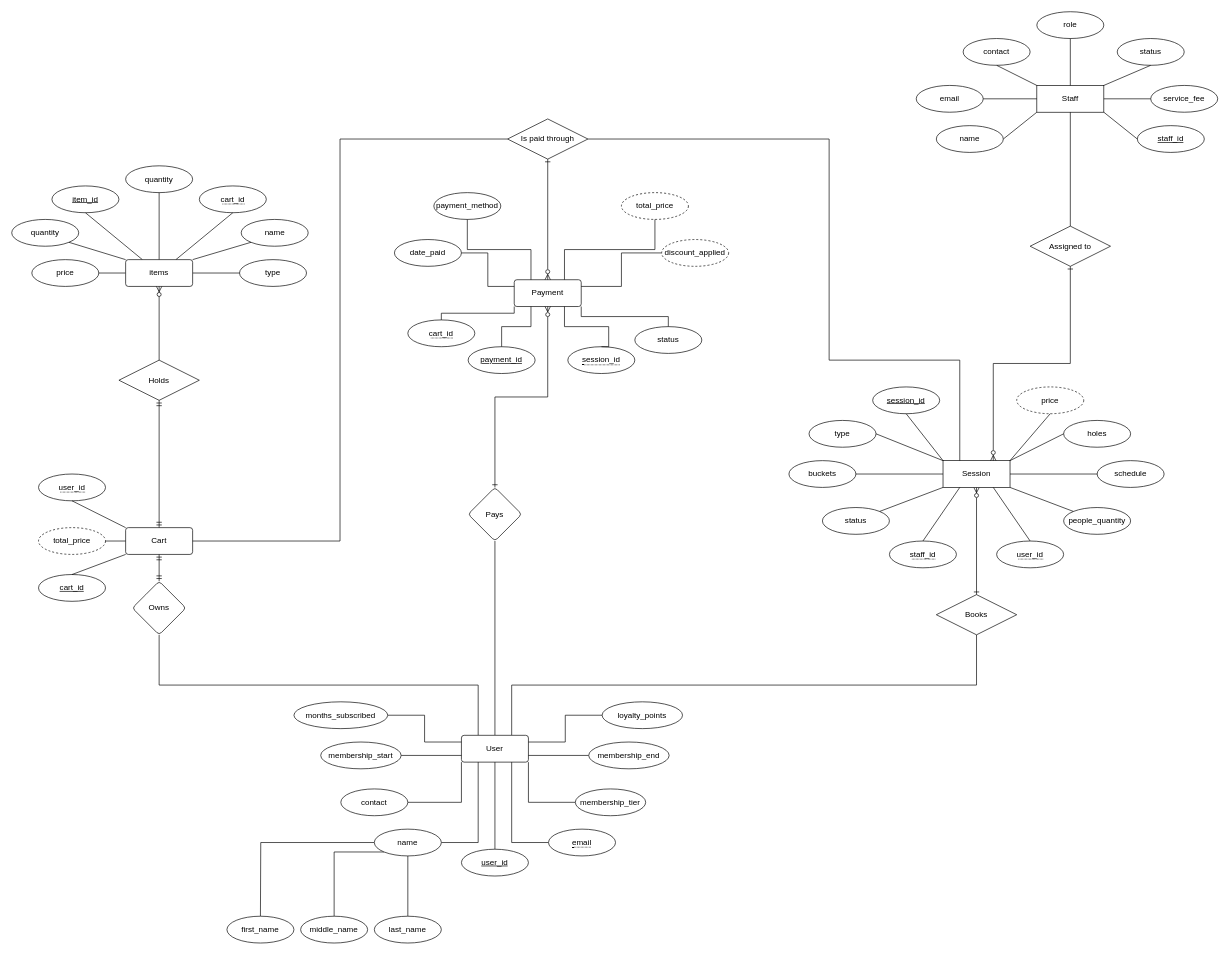
johnllss/INFOM_DB-App_Gr3 keeps this draw.io diagram as golf-chen-notation.drawio. Above is the earlier version. Source tidied: cells renumbered, new cells numbered last; positions are measured from the earlier drawing's top-left corner, leaving out a move shared by most shapes. Both pictures are drawn from the tidied source at 67%, with x=0, y=0 at pixel (11, 11).
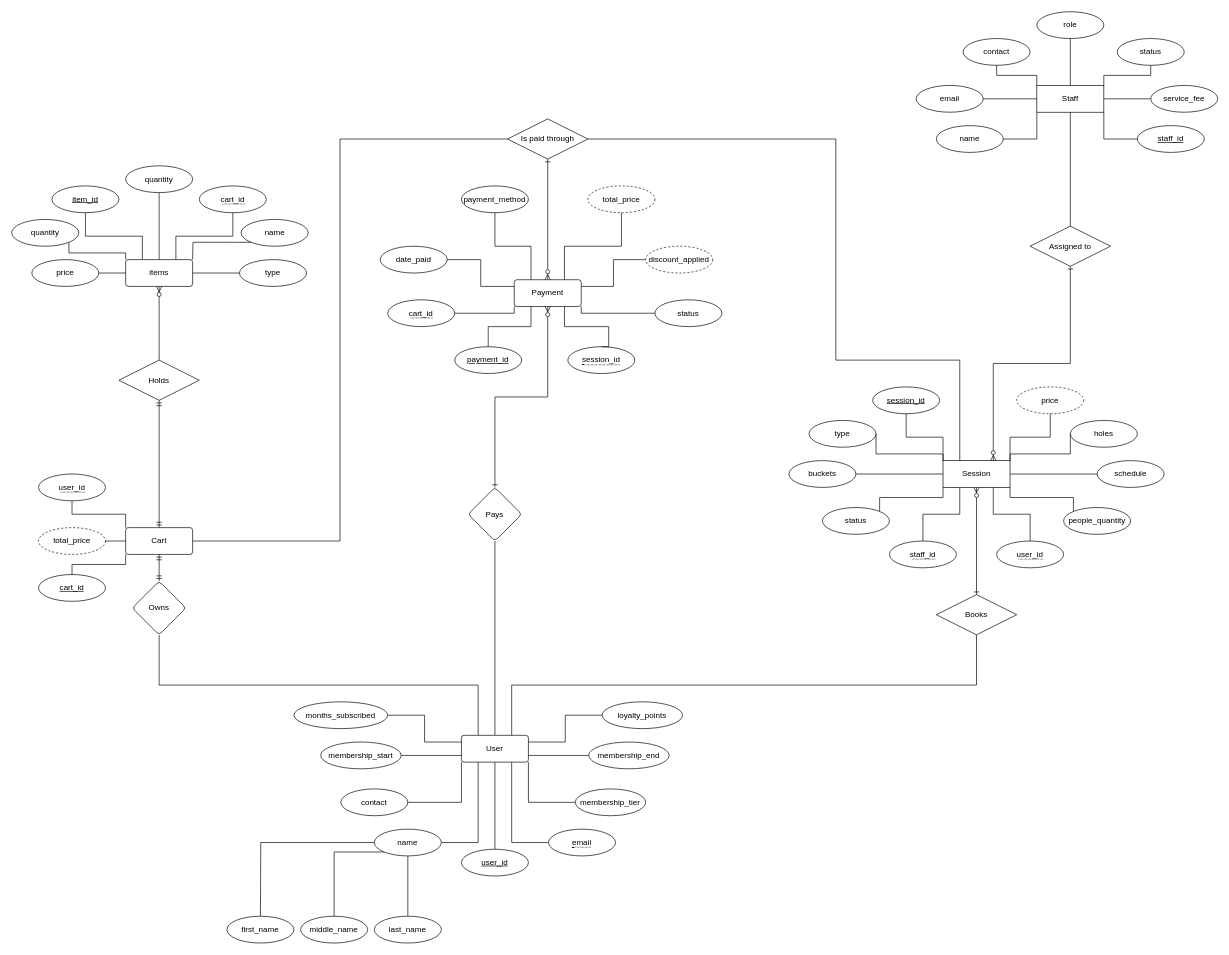
Above is the later version.

The change refers to these unchanged cells:
```xml
<mxCell id="32" value="type" style="ellipse;whiteSpace=wrap;html=1;align=center;" parent="1" vertex="1">
<mxCell id="33" value="status" style="ellipse;whiteSpace=wrap;html=1;align=center;" parent="1" vertex="1">
<mxCell id="34" value="Session" style="whiteSpace=wrap;html=1;align=center;" parent="1" vertex="1">
<mxCell id="36" value="schedule" style="ellipse;whiteSpace=wrap;html=1;align=center;" parent="1" vertex="1">
<mxCell id="37" value="price" style="ellipse;whiteSpace=wrap;html=1;align=center;dashed=1;" parent="1" vertex="1">
<mxCell id="39" value="people_quantity" style="ellipse;whiteSpace=wrap;html=1;align=center;" parent="1" vertex="1">
<mxCell id="40" value="&lt;span style=&quot;border-bottom: 1px dotted&quot;&gt;user_id&lt;/span&gt;" style="ellipse;whiteSpace=wrap;html=1;align=center;" parent="1" vertex="1">
<mxCell id="41" value="&lt;span style=&quot;border-bottom: 1px dotted&quot;&gt;staff_id&lt;/span&gt;" style="ellipse;whiteSpace=wrap;html=1;align=center;" parent="1" vertex="1">
<mxCell id="42" value="&lt;u&gt;session_id&lt;/u&gt;" style="ellipse;whiteSpace=wrap;html=1;align=center;" parent="1" vertex="1">
<mxCell id="43" value="buckets" style="ellipse;whiteSpace=wrap;html=1;align=center;" parent="1" vertex="1">
<mxCell id="54" value="Cart" style="rounded=1;arcSize=10;whiteSpace=wrap;html=1;align=center;" parent="1" vertex="1">
<mxCell id="55" value="item_id" style="ellipse;whiteSpace=wrap;html=1;align=center;fontStyle=4;" parent="1" vertex="1">
<mxCell id="57" value="name" style="ellipse;whiteSpace=wrap;html=1;align=center;" parent="1" vertex="1">
<mxCell id="58" value="type" style="ellipse;whiteSpace=wrap;html=1;align=center;" parent="1" vertex="1">
<mxCell id="59" value="quantity" style="ellipse;whiteSpace=wrap;html=1;align=center;" parent="1" vertex="1">
<mxCell id="60" value="quantity" style="ellipse;whiteSpace=wrap;html=1;align=center;" parent="1" vertex="1">
<mxCell id="61" value="price" style="ellipse;whiteSpace=wrap;html=1;align=center;" parent="1" vertex="1">
<mxCell id="62" value="&lt;span style=&quot;border-bottom: 1px dotted&quot;&gt;cart_id&lt;/span&gt;" style="ellipse;whiteSpace=wrap;html=1;align=center;" parent="1" vertex="1">
<mxCell id="69" value="cart_id" style="ellipse;whiteSpace=wrap;html=1;align=center;fontStyle=4;" parent="1" vertex="1">
<mxCell id="71" value="&lt;span style=&quot;border-bottom: 1px dotted&quot;&gt;user_id&lt;/span&gt;" style="ellipse;whiteSpace=wrap;html=1;align=center;" parent="1" vertex="1">
<mxCell id="75" value="items" style="rounded=1;arcSize=10;whiteSpace=wrap;html=1;align=center;" parent="1" vertex="1">
<mxCell id="81" value="Staff" style="whiteSpace=wrap;html=1;align=center;" parent="1" vertex="1">
<mxCell id="85" value="&lt;u&gt;staff_id&lt;/u&gt;" style="ellipse;whiteSpace=wrap;html=1;align=center;" parent="1" vertex="1">
<mxCell id="86" value="name" style="ellipse;whiteSpace=wrap;html=1;align=center;" parent="1" vertex="1">
<mxCell id="87" value="email" style="ellipse;whiteSpace=wrap;html=1;align=center;" parent="1" vertex="1">
<mxCell id="88" value="contact" style="ellipse;whiteSpace=wrap;html=1;align=center;" parent="1" vertex="1">
<mxCell id="89" value="role" style="ellipse;whiteSpace=wrap;html=1;align=center;" parent="1" vertex="1">
<mxCell id="90" value="status" style="ellipse;whiteSpace=wrap;html=1;align=center;" parent="1" vertex="1">
<mxCell id="91" value="service_fee" style="ellipse;whiteSpace=wrap;html=1;align=center;" parent="1" vertex="1">
<mxCell id="97" value="Payment" style="rounded=1;arcSize=10;whiteSpace=wrap;html=1;align=center;" parent="1" vertex="1">
<mxCell id="120" value="Is paid through" style="shape=rhombus;perimeter=rhombusPerimeter;whiteSpace=wrap;html=1;align=center;" parent="1" vertex="1">
```

Change to the diagram source:
```diff
@@
     <mxCell id="35" value="holes" style="ellipse;whiteSpace=wrap;html=1;align=center;" parent="1" vertex="1">
-      <mxGeometry x="1570" y="610" width="100" height="40" as="geometry" />
+      <mxGeometry x="1580" y="610" width="100" height="40" as="geometry" />
     </mxCell>
@@
-    <mxCell id="44" style="endArrow=none;html=1;rounded=0;exitX=1;exitY=0;exitDx=0;exitDy=0;entryX=0.5;entryY=1;entryDx=0;entryDy=0;" parent="1" edge="1" source="34" target="37">
+    <mxCell id="44" style="endArrow=none;html=1;rounded=0;exitX=1;exitY=0;exitDx=0;exitDy=0;entryX=0.5;entryY=1;entryDx=0;entryDy=0;edgeStyle=orthogonalEdgeStyle;" parent="1" edge="1" source="34" target="37">
       <mxGeometry relative="1" as="geometry" />
     </mxCell>
-    <mxCell id="45" style="endArrow=none;html=1;rounded=0;exitX=1;exitY=0;exitDx=0;exitDy=0;entryX=0;entryY=0.5;entryDx=0;entryDy=0;" parent="1" edge="1" source="34" target="35">
-      <mxGeometry relative="1" as="geometry" />
+    <mxCell id="45" style="endArrow=none;html=1;rounded=0;exitX=1;exitY=0;exitDx=0;exitDy=0;entryX=0;entryY=0.5;entryDx=0;entryDy=0;edgeStyle=orthogonalEdgeStyle;" parent="1" edge="1" source="34" target="35">
+      <mxGeometry relative="1" as="geometry">
+        <Array as="points">
+          <mxPoint x="1490" y="660" />
+          <mxPoint x="1580" y="660" />
+        </Array>
+      </mxGeometry>
     </mxCell>
-    <mxCell id="46" style="endArrow=none;html=1;rounded=0;exitX=1;exitY=0.5;exitDx=0;exitDy=0;entryX=0;entryY=0.5;entryDx=0;entryDy=0;" parent="1" edge="1" source="34" target="36">
+    <mxCell id="46" style="endArrow=none;html=1;rounded=0;exitX=1;exitY=0.5;exitDx=0;exitDy=0;entryX=0;entryY=0.5;entryDx=0;entryDy=0;edgeStyle=orthogonalEdgeStyle;" parent="1" edge="1" source="34" target="36">
       <mxGeometry relative="1" as="geometry" />
     </mxCell>
-    <mxCell id="47" style="endArrow=none;html=1;rounded=0;exitX=1;exitY=1;exitDx=0;exitDy=0;entryX=0;entryY=0;entryDx=0;entryDy=0;" parent="1" edge="1" source="34" target="39">
+    <mxCell id="47" style="endArrow=none;html=1;rounded=0;exitX=1;exitY=1;exitDx=0;exitDy=0;entryX=0;entryY=0;entryDx=0;entryDy=0;edgeStyle=orthogonalEdgeStyle;" parent="1" edge="1" source="34" target="39">
       <mxGeometry relative="1" as="geometry" />
     </mxCell>
-    <mxCell id="48" style="endArrow=none;html=1;rounded=0;exitX=0.75;exitY=1;exitDx=0;exitDy=0;entryX=0.5;entryY=0;entryDx=0;entryDy=0;" parent="1" edge="1" source="34" target="40">
+    <mxCell id="48" style="endArrow=none;html=1;rounded=0;exitX=0.75;exitY=1;exitDx=0;exitDy=0;entryX=0.5;entryY=0;entryDx=0;entryDy=0;edgeStyle=orthogonalEdgeStyle;" parent="1" edge="1" source="34" target="40">
       <mxGeometry relative="1" as="geometry" />
     </mxCell>
-    <mxCell id="49" style="endArrow=none;html=1;rounded=0;exitX=0.25;exitY=1;exitDx=0;exitDy=0;entryX=0.5;entryY=0;entryDx=0;entryDy=0;" parent="1" edge="1" source="34" target="41">
+    <mxCell id="49" style="endArrow=none;html=1;rounded=0;exitX=0.25;exitY=1;exitDx=0;exitDy=0;entryX=0.5;entryY=0;entryDx=0;entryDy=0;edgeStyle=orthogonalEdgeStyle;" parent="1" edge="1" source="34" target="41">
       <mxGeometry relative="1" as="geometry" />
     </mxCell>
-    <mxCell id="50" style="endArrow=none;html=1;rounded=0;exitX=0;exitY=1;exitDx=0;exitDy=0;entryX=1;entryY=0;entryDx=0;entryDy=0;" parent="1" edge="1" source="34" target="33">
+    <mxCell id="50" style="endArrow=none;html=1;rounded=0;exitX=0;exitY=1;exitDx=0;exitDy=0;entryX=1;entryY=0;entryDx=0;entryDy=0;edgeStyle=orthogonalEdgeStyle;" parent="1" edge="1" source="34" target="33">
       <mxGeometry relative="1" as="geometry" />
     </mxCell>
-    <mxCell id="51" style="endArrow=none;html=1;rounded=0;exitX=0;exitY=0.5;exitDx=0;exitDy=0;entryX=1;entryY=0.5;entryDx=0;entryDy=0;" parent="1" edge="1" source="34" target="43">
+    <mxCell id="51" style="endArrow=none;html=1;rounded=0;exitX=0;exitY=0.5;exitDx=0;exitDy=0;entryX=1;entryY=0.5;entryDx=0;entryDy=0;edgeStyle=orthogonalEdgeStyle;" parent="1" edge="1" source="34" target="43">
       <mxGeometry relative="1" as="geometry" />
     </mxCell>
-    <mxCell id="52" style="endArrow=none;html=1;rounded=0;exitX=0;exitY=0;exitDx=0;exitDy=0;entryX=1;entryY=0.5;entryDx=0;entryDy=0;" parent="1" edge="1" source="34" target="32">
-      <mxGeometry relative="1" as="geometry" />
+    <mxCell id="52" style="endArrow=none;html=1;rounded=0;exitX=0;exitY=0;exitDx=0;exitDy=0;entryX=1;entryY=0.5;entryDx=0;entryDy=0;edgeStyle=orthogonalEdgeStyle;" parent="1" edge="1" source="34" target="32">
+      <mxGeometry relative="1" as="geometry">
+        <Array as="points">
+          <mxPoint x="1390" y="660" />
+          <mxPoint x="1290" y="660" />
+        </Array>
+      </mxGeometry>
     </mxCell>
-    <mxCell id="53" style="endArrow=none;html=1;rounded=0;exitX=0;exitY=0;exitDx=0;exitDy=0;entryX=0.5;entryY=1;entryDx=0;entryDy=0;" parent="1" edge="1" source="34" target="42">
+    <mxCell id="53" style="endArrow=none;html=1;rounded=0;exitX=0;exitY=0;exitDx=0;exitDy=0;entryX=0.5;entryY=1;entryDx=0;entryDy=0;edgeStyle=orthogonalEdgeStyle;" parent="1" edge="1" source="34" target="42">
       <mxGeometry relative="1" as="geometry" />
     </mxCell>
@@
-    <mxCell id="56" style="endArrow=none;html=1;rounded=0;entryX=0.25;entryY=0;entryDx=0;entryDy=0;exitX=0.5;exitY=1;exitDx=0;exitDy=0;" parent="1" edge="1" source="55" target="75">
+    <mxCell id="56" style="endArrow=none;html=1;rounded=0;entryX=0.25;entryY=0;entryDx=0;entryDy=0;exitX=0.5;exitY=1;exitDx=0;exitDy=0;edgeStyle=orthogonalEdgeStyle;" parent="1" edge="1" source="55" target="75">
       <mxGeometry relative="1" as="geometry" />
     </mxCell>
@@
-    <mxCell id="63" style="endArrow=none;html=1;rounded=0;exitX=0;exitY=1;exitDx=0;exitDy=0;entryX=1;entryY=0;entryDx=0;entryDy=0;" parent="1" edge="1" source="57">
+    <mxCell id="63" style="endArrow=none;html=1;rounded=0;exitX=0;exitY=1;exitDx=0;exitDy=0;entryX=1;entryY=0;entryDx=0;entryDy=0;edgeStyle=orthogonalEdgeStyle;" parent="1" edge="1" source="57">
       <mxGeometry relative="1" as="geometry">
         <mxPoint x="270" y="370" as="targetPoint" />
       </mxGeometry>
     </mxCell>
-    <mxCell id="64" style="endArrow=none;html=1;rounded=0;exitX=0;exitY=0.5;exitDx=0;exitDy=0;entryX=1;entryY=0.5;entryDx=0;entryDy=0;" parent="1" edge="1" source="58">
+    <mxCell id="64" style="endArrow=none;html=1;rounded=0;exitX=0;exitY=0.5;exitDx=0;exitDy=0;entryX=1;entryY=0.5;entryDx=0;entryDy=0;edgeStyle=orthogonalEdgeStyle;" parent="1" edge="1" source="58">
       <mxGeometry relative="1" as="geometry">
         <mxPoint x="270" y="390" as="targetPoint" />
       </mxGeometry>
     </mxCell>
-    <mxCell id="65" style="endArrow=none;html=1;rounded=0;exitX=0.5;exitY=1;exitDx=0;exitDy=0;entryX=0.5;entryY=0;entryDx=0;entryDy=0;" parent="1" edge="1" source="59" target="75">
+    <mxCell id="65" style="endArrow=none;html=1;rounded=0;exitX=0.5;exitY=1;exitDx=0;exitDy=0;entryX=0.5;entryY=0;entryDx=0;entryDy=0;edgeStyle=orthogonalEdgeStyle;" parent="1" edge="1" source="59" target="75">
       <mxGeometry relative="1" as="geometry" />
     </mxCell>
-    <mxCell id="66" style="endArrow=none;html=1;rounded=0;exitX=0;exitY=0;exitDx=0;exitDy=0;entryX=1;entryY=1;entryDx=0;entryDy=0;" parent="1" edge="1" source="75" target="60">
+    <mxCell id="66" style="endArrow=none;html=1;rounded=0;exitX=0;exitY=0;exitDx=0;exitDy=0;entryX=1;entryY=1;entryDx=0;entryDy=0;edgeStyle=orthogonalEdgeStyle;" parent="1" edge="1" source="75" target="60">
       <mxGeometry relative="1" as="geometry" />
     </mxCell>
-    <mxCell id="67" style="endArrow=none;html=1;rounded=0;entryX=1;entryY=0.5;entryDx=0;entryDy=0;exitX=0;exitY=0.5;exitDx=0;exitDy=0;" parent="1" edge="1" source="75" target="61">
+    <mxCell id="67" style="endArrow=none;html=1;rounded=0;entryX=1;entryY=0.5;entryDx=0;entryDy=0;exitX=0;exitY=0.5;exitDx=0;exitDy=0;edgeStyle=orthogonalEdgeStyle;" parent="1" edge="1" source="75" target="61">
       <mxGeometry relative="1" as="geometry" />
     </mxCell>
-    <mxCell id="68" style="endArrow=none;html=1;rounded=0;exitX=0.5;exitY=1;exitDx=0;exitDy=0;entryX=0.75;entryY=0;entryDx=0;entryDy=0;" parent="1" edge="1" source="62" target="75">
+    <mxCell id="68" style="endArrow=none;html=1;rounded=0;exitX=0.5;exitY=1;exitDx=0;exitDy=0;entryX=0.75;entryY=0;entryDx=0;entryDy=0;edgeStyle=orthogonalEdgeStyle;" parent="1" edge="1" source="62" target="75">
       <mxGeometry relative="1" as="geometry" />
     </mxCell>
@@
-    <mxCell id="72" style="endArrow=none;html=1;rounded=0;exitX=0.5;exitY=0;exitDx=0;exitDy=0;entryX=0;entryY=1;entryDx=0;entryDy=0;" parent="1" edge="1" source="69" target="54">
+    <mxCell id="72" style="endArrow=none;html=1;rounded=0;exitX=0.5;exitY=0;exitDx=0;exitDy=0;entryX=0;entryY=1;entryDx=0;entryDy=0;edgeStyle=orthogonalEdgeStyle;" parent="1" edge="1" source="69" target="54">
       <mxGeometry relative="1" as="geometry" />
     </mxCell>
-    <mxCell id="73" style="endArrow=none;html=1;rounded=0;exitX=0.5;exitY=1;exitDx=0;exitDy=0;entryX=0;entryY=0;entryDx=0;entryDy=0;" parent="1" edge="1" source="71" target="54">
+    <mxCell id="73" style="endArrow=none;html=1;rounded=0;exitX=0.5;exitY=1;exitDx=0;exitDy=0;entryX=0;entryY=0;entryDx=0;entryDy=0;edgeStyle=orthogonalEdgeStyle;" parent="1" edge="1" source="71" target="54">
       <mxGeometry relative="1" as="geometry" />
     </mxCell>
@@
-    <mxCell id="83" style="endArrow=none;html=1;rounded=0;exitX=1;exitY=1;exitDx=0;exitDy=0;entryX=0;entryY=0.5;entryDx=0;entryDy=0;" parent="1" edge="1" source="81" target="85">
+    <mxCell id="83" style="endArrow=none;html=1;rounded=0;exitX=1;exitY=1;exitDx=0;exitDy=0;entryX=0;entryY=0.5;entryDx=0;entryDy=0;edgeStyle=orthogonalEdgeStyle;" parent="1" edge="1" source="81" target="85">
       <mxGeometry relative="1" as="geometry" />
     </mxCell>
-    <mxCell id="84" style="endArrow=none;html=1;rounded=0;exitX=0;exitY=1;exitDx=0;exitDy=0;entryX=1;entryY=0.5;entryDx=0;entryDy=0;" parent="1" edge="1" source="81" target="86">
+    <mxCell id="84" style="endArrow=none;html=1;rounded=0;exitX=0;exitY=1;exitDx=0;exitDy=0;entryX=1;entryY=0.5;entryDx=0;entryDy=0;edgeStyle=orthogonalEdgeStyle;" parent="1" edge="1" source="81" target="86">
       <mxGeometry relative="1" as="geometry" />
     </mxCell>
@@
-    <mxCell id="92" style="endArrow=none;html=1;rounded=0;exitX=0;exitY=0.5;exitDx=0;exitDy=0;entryX=1;entryY=0.5;entryDx=0;entryDy=0;" parent="1" edge="1" source="81" target="87">
+    <mxCell id="92" style="endArrow=none;html=1;rounded=0;exitX=0;exitY=0.5;exitDx=0;exitDy=0;entryX=1;entryY=0.5;entryDx=0;entryDy=0;edgeStyle=orthogonalEdgeStyle;" parent="1" edge="1" source="81" target="87">
       <mxGeometry relative="1" as="geometry" />
     </mxCell>
-    <mxCell id="93" style="endArrow=none;html=1;rounded=0;exitX=0;exitY=0;exitDx=0;exitDy=0;entryX=0.5;entryY=1;entryDx=0;entryDy=0;" parent="1" edge="1" source="81" target="88">
+    <mxCell id="93" style="endArrow=none;html=1;rounded=0;exitX=0;exitY=0;exitDx=0;exitDy=0;entryX=0.5;entryY=1;entryDx=0;entryDy=0;edgeStyle=orthogonalEdgeStyle;" parent="1" edge="1" source="81" target="88">
       <mxGeometry relative="1" as="geometry" />
     </mxCell>
-    <mxCell id="94" style="endArrow=none;html=1;rounded=0;exitX=0.5;exitY=0;exitDx=0;exitDy=0;entryX=0.5;entryY=1;entryDx=0;entryDy=0;" parent="1" edge="1" source="81" target="89">
+    <mxCell id="94" style="endArrow=none;html=1;rounded=0;exitX=0.5;exitY=0;exitDx=0;exitDy=0;entryX=0.5;entryY=1;entryDx=0;entryDy=0;edgeStyle=orthogonalEdgeStyle;" parent="1" edge="1" source="81" target="89">
       <mxGeometry relative="1" as="geometry" />
     </mxCell>
-    <mxCell id="95" style="endArrow=none;html=1;rounded=0;exitX=1;exitY=0;exitDx=0;exitDy=0;entryX=0.5;entryY=1;entryDx=0;entryDy=0;" parent="1" edge="1" source="81" target="90">
+    <mxCell id="95" style="endArrow=none;html=1;rounded=0;exitX=1;exitY=0;exitDx=0;exitDy=0;entryX=0.5;entryY=1;entryDx=0;entryDy=0;edgeStyle=orthogonalEdgeStyle;" parent="1" edge="1" source="81" target="90">
       <mxGeometry relative="1" as="geometry" />
     </mxCell>
-    <mxCell id="96" style="endArrow=none;html=1;rounded=0;exitX=1;exitY=0.5;exitDx=0;exitDy=0;entryX=0;entryY=0.5;entryDx=0;entryDy=0;" parent="1" edge="1" source="81" target="91">
+    <mxCell id="96" style="endArrow=none;html=1;rounded=0;exitX=1;exitY=0.5;exitDx=0;exitDy=0;entryX=0;entryY=0.5;entryDx=0;entryDy=0;edgeStyle=orthogonalEdgeStyle;" parent="1" edge="1" source="81" target="91">
       <mxGeometry relative="1" as="geometry" />
     </mxCell>
@@
     <mxCell id="100" value="total_price" style="ellipse;whiteSpace=wrap;html=1;align=center;dashed=1;" parent="1" vertex="1">
-      <mxGeometry x="910" y="270" width="100" height="40" as="geometry" />
+      <mxGeometry x="860" y="260" width="100" height="40" as="geometry" />
     </mxCell>
     <mxCell id="101" style="rounded=0;jettySize=auto;html=1;endArrow=none;endFill=0;exitX=0.25;exitY=0;exitDx=0;exitDy=0;entryX=1;entryY=0.5;entryDx=0;entryDy=0;edgeStyle=orthogonalEdgeStyle;" parent="1" edge="1" source="34" target="120">
       <mxGeometry relative="1" as="geometry">
         <Array as="points">
           <mxPoint x="1415" y="520" />
-          <mxPoint x="1220" y="520" />
-          <mxPoint x="1220" y="190" />
+          <mxPoint x="1230" y="520" />
+          <mxPoint x="1230" y="190" />
         </Array>
       </mxGeometry>
     </mxCell>
@@
     <mxCell id="105" value="status" style="ellipse;whiteSpace=wrap;html=1;align=center;" parent="1" vertex="1">
-      <mxGeometry x="930" y="470" width="100" height="40" as="geometry" />
+      <mxGeometry x="960" y="430" width="100" height="40" as="geometry" />
     </mxCell>
     <mxCell id="106" value="payment_method" style="ellipse;whiteSpace=wrap;html=1;align=center;" parent="1" vertex="1">
-      <mxGeometry x="630" y="270" width="100" height="40" as="geometry" />
+      <mxGeometry x="671.2" y="260" width="100" height="40" as="geometry" />
     </mxCell>
     <mxCell id="107" value="date_paid" style="ellipse;whiteSpace=wrap;html=1;align=center;" parent="1" vertex="1">
-      <mxGeometry x="571.2" y="340" width="100" height="40" as="geometry" />
+      <mxGeometry x="550" y="350" width="100" height="40" as="geometry" />
     </mxCell>
     <mxCell id="108" value="&lt;u&gt;payment_id&lt;/u&gt;" style="ellipse;whiteSpace=wrap;html=1;align=center;" parent="1" vertex="1">
-      <mxGeometry x="681.2" y="500" width="100" height="40" as="geometry" />
+      <mxGeometry x="661.2" y="500" width="100" height="40" as="geometry" />
     </mxCell>
     <mxCell id="109" value="&lt;span style=&quot;border-bottom: 1px dotted&quot;&gt;cart_id&lt;/span&gt;" style="ellipse;whiteSpace=wrap;html=1;align=center;" parent="1" vertex="1">
-      <mxGeometry x="591.2" y="460" width="100" height="40" as="geometry" />
+      <mxGeometry x="561.2" y="430" width="100" height="40" as="geometry" />
     </mxCell>
@@
-    <mxCell id="111" style="endArrow=none;html=1;rounded=0;exitX=0.25;exitY=1;exitDx=0;exitDy=0;entryX=0.5;entryY=0;entryDx=0;entryDy=0;edgeStyle=orthogonalEdgeStyle;" parent="1" edge="1" source="97" target="108">
-      <mxGeometry relative="1" as="geometry">
-        <Array as="points">
-          <mxPoint x="775" y="470" />
-          <mxPoint x="731" y="470" />
-        </Array>
-      </mxGeometry>
-    </mxCell>
@@
-    <mxCell id="116" style="endArrow=none;html=1;rounded=0;exitX=1;exitY=1;exitDx=0;exitDy=0;entryX=0.5;entryY=0;entryDx=0;entryDy=0;edgeStyle=orthogonalEdgeStyle;" parent="1" edge="1" source="97" target="105">
+    <mxCell id="116" style="endArrow=none;html=1;rounded=0;exitX=1;exitY=1;exitDx=0;exitDy=0;entryX=0;entryY=0.5;entryDx=0;entryDy=0;edgeStyle=orthogonalEdgeStyle;" parent="1" edge="1" source="97" target="105">
       <mxGeometry relative="1" as="geometry" />
     </mxCell>
@@
     <mxCell id="119" value="discount_applied" style="ellipse;whiteSpace=wrap;html=1;align=center;dashed=1;" parent="1" vertex="1">
-      <mxGeometry x="970" y="340" width="100" height="40" as="geometry" />
+      <mxGeometry x="946.2" y="350" width="100" height="40" as="geometry" />
     </mxCell>
@@
+    <mxCell id="111" style="endArrow=none;html=1;rounded=0;exitX=0.25;exitY=1;exitDx=0;exitDy=0;entryX=0.5;entryY=0;entryDx=0;entryDy=0;edgeStyle=orthogonalEdgeStyle;" parent="1" edge="1" source="97" target="108">
+      <mxGeometry relative="1" as="geometry" />
+    </mxCell>
```
